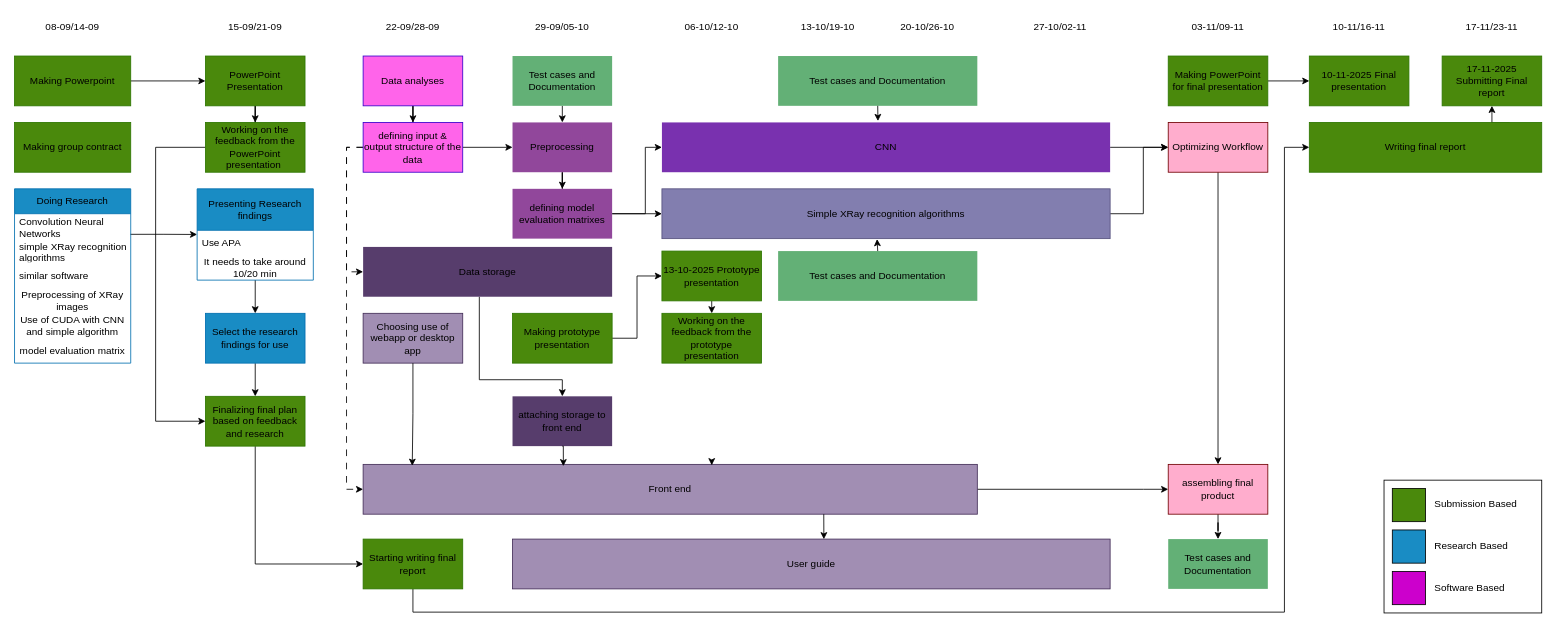
This is Roadmap.drawio from DBerkey/Smart_X-Ray_Screening, a draw.io file, before an edit. Source tidied: cells renumbered, new cells numbered last; positions are measured from the earlier drawing's top-left corner, leaving out a move shared by most shapes. Both pictures are drawn from the tidied source at 83%, with x=0, y=0 at pixel (14, 14).
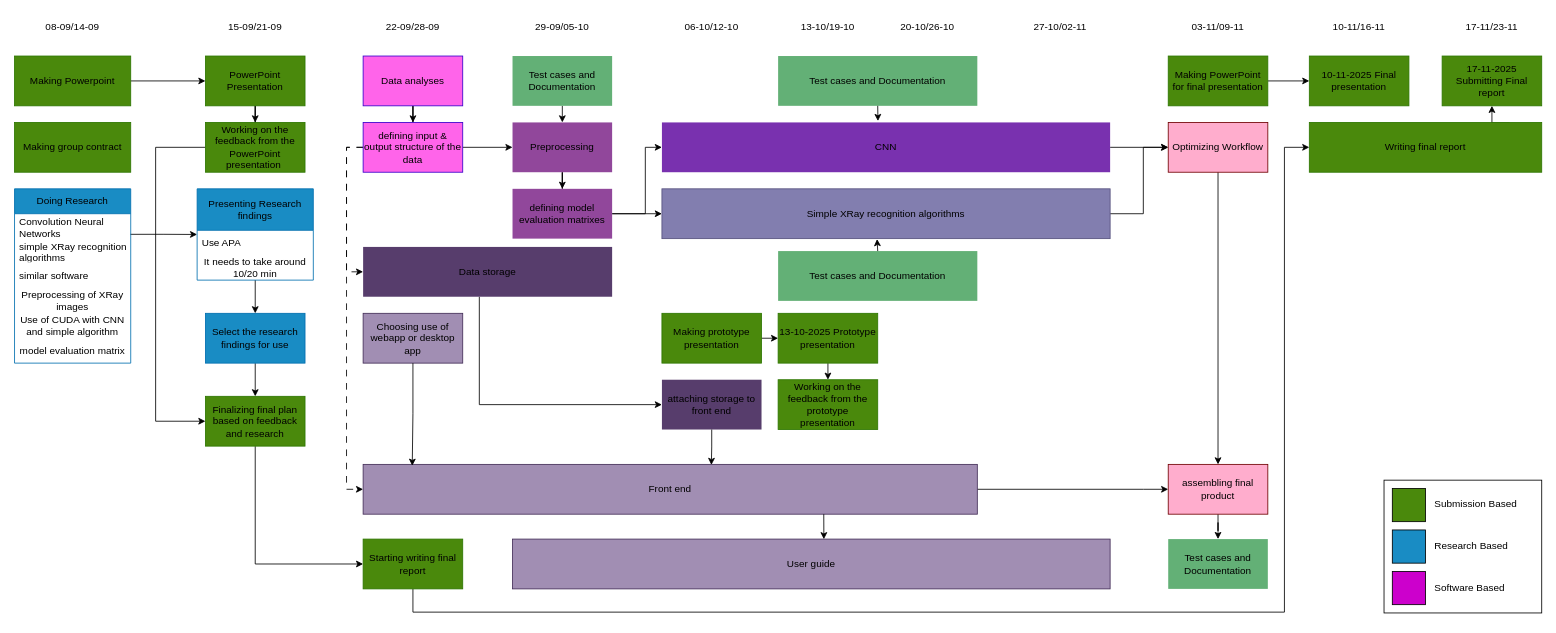
The same page after the edit.

Commit message:
placed the dates in the right week

The change refers to these unchanged cells:
```xml
<mxCell id="35" value="Front end" style="whiteSpace=wrap;html=1;rounded=0;fillColor=light-dark(#A18EB3,#A18EB3);fontColor=light-dark(#000000,#000000);strokeColor=#432D57;labelBackgroundColor=none;" parent="1" vertex="1">
  <mxGeometry x="420" y="542" width="740" height="60" as="geometry" />
</mxCell>
<mxCell id="37" value="Data storage" style="rounded=0;whiteSpace=wrap;html=1;fillColor=light-dark(#573D6C,#573D6C);fontColor=light-dark(#000000,#000000);strokeColor=none;gradientColor=none;labelBackgroundColor=none;" parent="1" vertex="1">
  <mxGeometry x="420" y="280" width="300" height="60" as="geometry" />
</mxCell>
```

The edit, as a diff of the source:
```diff
@@
     <mxCell id="36" style="edgeStyle=orthogonalEdgeStyle;rounded=0;jettySize=auto;html=1;fontColor=light-dark(#000000,#000000);labelBackgroundColor=none;" parent="1" edge="1" source="37" target="43">
       <mxGeometry relative="1" as="geometry">
         <Array as="points">
-          <mxPoint x="560" y="440" />
-          <mxPoint x="660" y="440" />
+          <mxPoint x="560" y="470" />
         </Array>
       </mxGeometry>
     </mxCell>
@@
     <mxCell id="43" value="attaching storage to front end" style="whiteSpace=wrap;html=1;rounded=0;fillColor=light-dark(#573D6C,#573D6C);fontColor=light-dark(#000000,#000000);strokeColor=none;labelBackgroundColor=none;" parent="1" vertex="1">
-      <mxGeometry x="600" y="460" width="120" height="60" as="geometry" />
+      <mxGeometry x="780" y="440" width="120" height="60" as="geometry" />
     </mxCell>
@@
     <mxCell id="55" value="13-10-2025 Prototype presentation" style="rounded=0;whiteSpace=wrap;html=1;fillColor=light-dark(#4A890C,#4A890C);fontColor=light-dark(#000000,#000000);strokeColor=#2D7600;labelBackgroundColor=none;" parent="1" vertex="1">
-      <mxGeometry x="780" y="285" width="120" height="60" as="geometry" />
+      <mxGeometry x="920" y="360" width="120" height="60" as="geometry" />
     </mxCell>
     <mxCell id="56" value="Working on the feedback from the prototype presentation" style="rounded=0;whiteSpace=wrap;html=1;fillColor=light-dark(#4A890C,#4A890C);fontColor=light-dark(#000000,#000000);strokeColor=#2D7600;labelBackgroundColor=none;" parent="1" vertex="1">
-      <mxGeometry x="780" y="360" width="120" height="60" as="geometry" />
+      <mxGeometry x="920" y="440" width="120" height="60" as="geometry" />
     </mxCell>
@@
-    <mxCell id="64" style="edgeStyle=orthogonalEdgeStyle;rounded=0;orthogonalLoop=1;jettySize=auto;html=1;exitX=0.5;exitY=1;exitDx=0;exitDy=0;fontColor=light-dark(#000000,#000000);labelBackgroundColor=none;" parent="1" edge="1">
-      <mxGeometry relative="1" as="geometry">
-        <mxPoint x="840" y="542" as="sourcePoint" />
-        <mxPoint x="840" y="543" as="targetPoint" />
-        <Array as="points">
-          <mxPoint x="840" y="543" />
-        </Array>
-      </mxGeometry>
-    </mxCell>
@@
     <mxCell id="67" value="Making prototype presentation" style="rounded=0;whiteSpace=wrap;html=1;fillColor=light-dark(#4A890C,#4A890C);fontColor=light-dark(#000000,#000000);strokeColor=#2D7600;labelBackgroundColor=none;" parent="1" vertex="1">
-      <mxGeometry x="600" y="360" width="120" height="60" as="geometry" />
+      <mxGeometry x="780" y="360" width="120" height="60" as="geometry" />
     </mxCell>
@@
-    <mxCell id="93" style="edgeStyle=orthogonalEdgeStyle;rounded=0;jettySize=auto;html=1;exitX=0.5;exitY=1;exitDx=0;exitDy=0;entryX=0.326;entryY=0.036;entryDx=0;entryDy=0;entryPerimeter=0;" parent="1" edge="1" source="43" target="35">
+    <mxCell id="93" style="edgeStyle=orthogonalEdgeStyle;rounded=0;jettySize=auto;html=1;exitX=0.5;exitY=1;exitDx=0;exitDy=0;entryX=0.567;entryY=0.011;entryDx=0;entryDy=0;entryPerimeter=0;" parent="1" edge="1" source="43" target="35">
       <mxGeometry relative="1" as="geometry" />
     </mxCell>
```
